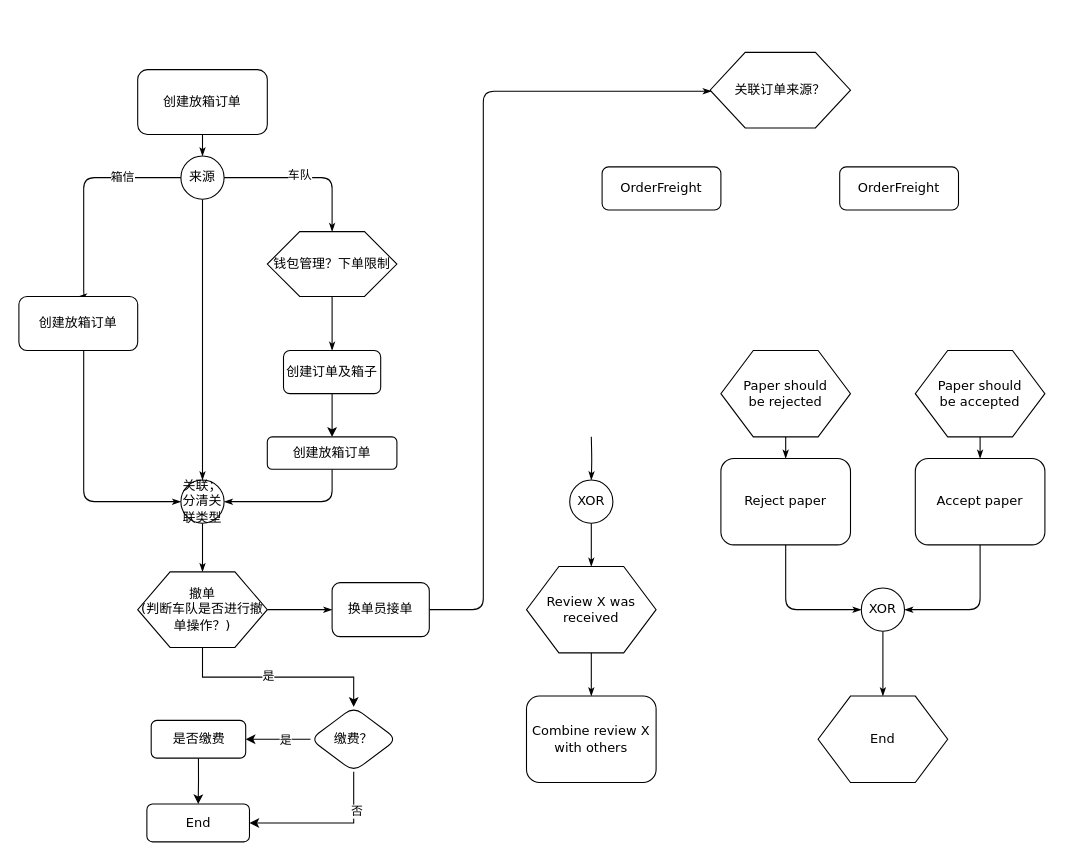
Above: 放箱.drawio in gongyao1992/draw (draw.io), before the change. Source tidied: cells renumbered, new cells numbered last; positions are measured from the earlier drawing's top-left corner, leaving out a move shared by most shapes. Both pictures are drawn from the tidied source at 108%, with x=0, y=0 at pixel (18, 52).
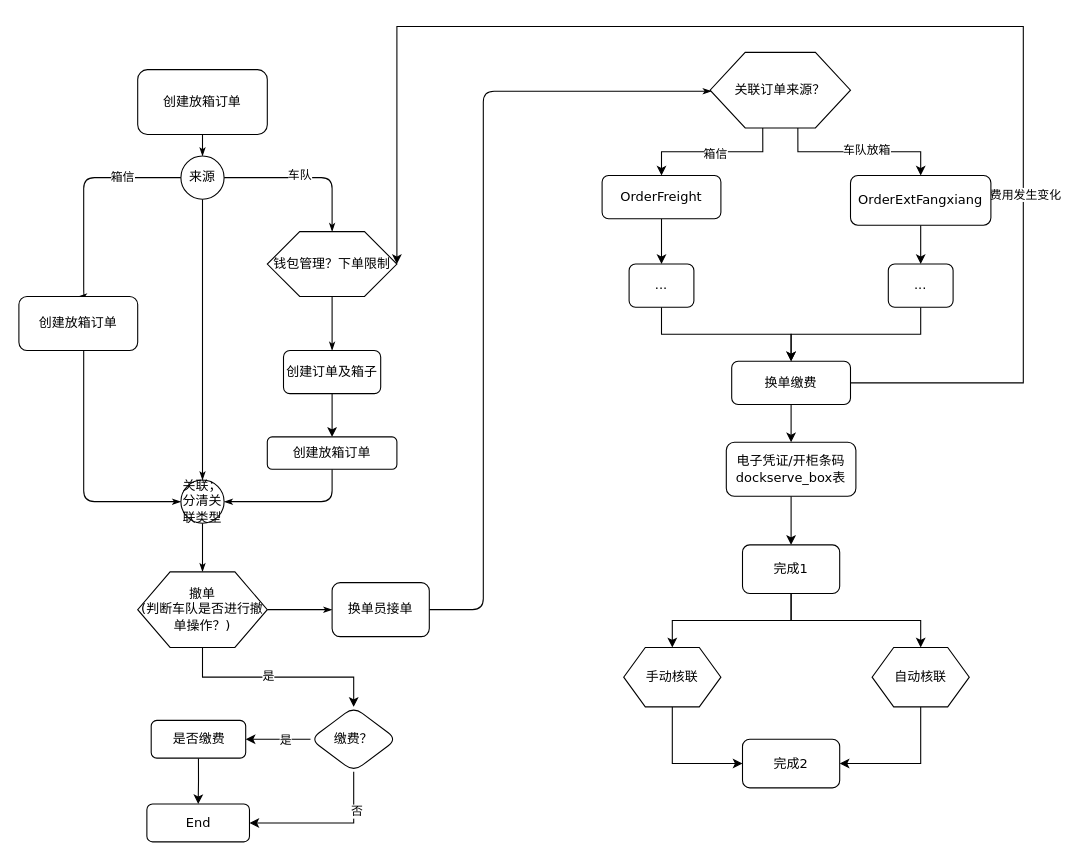
The same diagram, later.

Unchanged cells that the change refers to:
```xml
<mxCell id="11" value="钱包管理？下单限制" style="shape=hexagon;perimeter=hexagonPerimeter;whiteSpace=wrap;html=1;rounded=0;shadow=0;labelBackgroundColor=none;strokeWidth=1;fontFamily=Verdana;fontSize=12;align=center;" parent="1" vertex="1">
  <mxGeometry x="230" y="166" width="120" height="60" as="geometry" />
</mxCell>
<mxCell id="24" value="关联订单来源？" style="shape=hexagon;perimeter=hexagonPerimeter;whiteSpace=wrap;html=1;rounded=0;shadow=0;labelBackgroundColor=none;strokeWidth=1;fontFamily=Verdana;fontSize=12;align=center;" parent="1" vertex="1">
  <mxGeometry x="640" width="130" height="70" as="geometry" />
</mxCell>
```

What changed in the source:
```diff
@@
+    <mxCell id="54" style="edgeStyle=orthogonalEdgeStyle;rounded=0;jettySize=auto;html=1;exitX=0.375;exitY=1;exitDx=0;exitDy=0;entryX=0.5;entryY=0;entryDx=0;entryDy=0;" parent="1" edge="1" source="24" target="52">
+      <mxGeometry relative="1" as="geometry" />
+    </mxCell>
+    <mxCell id="55" value="箱信" style="edgeLabel;html=1;align=center;verticalAlign=middle;" parent="54" vertex="1">
+      <mxGeometry x="-0.04" y="1" relative="1" as="geometry" />
+    </mxCell>
+    <mxCell id="56" style="edgeStyle=orthogonalEdgeStyle;rounded=0;jettySize=auto;html=1;exitX=0.625;exitY=1;exitDx=0;exitDy=0;" parent="1" edge="1" source="24" target="53">
+      <mxGeometry relative="1" as="geometry" />
+    </mxCell>
+    <mxCell id="57" value="车队放箱" style="edgeLabel;html=1;align=center;verticalAlign=middle;" parent="56" vertex="1">
+      <mxGeometry x="0.08" y="2" relative="1" as="geometry" />
+    </mxCell>
@@
-    <mxCell id="25" style="edgeStyle=orthogonalEdgeStyle;rounded=1;html=1;labelBackgroundColor=none;startArrow=none;startFill=0;startSize=5;endArrow=classicThin;endFill=1;endSize=5;jettySize=auto;strokeWidth=1;fontFamily=Verdana;fontSize=8;" parent="1" edge="1" target="31">
-      <mxGeometry relative="1" as="geometry">
-        <mxPoint x="530" y="356" as="sourcePoint" />
-      </mxGeometry>
-    </mxCell>
-    <mxCell id="26" style="edgeStyle=orthogonalEdgeStyle;rounded=1;html=1;labelBackgroundColor=none;startArrow=none;startFill=0;startSize=5;endArrow=classicThin;endFill=1;endSize=5;jettySize=auto;strokeWidth=1;fontFamily=Verdana;fontSize=8;" parent="1" edge="1" source="27" target="33">
-      <mxGeometry relative="1" as="geometry" />
-    </mxCell>
-    <mxCell id="27" value="Paper should&lt;div&gt;be rejected&lt;/div&gt;" style="shape=hexagon;perimeter=hexagonPerimeter;whiteSpace=wrap;html=1;rounded=0;shadow=0;labelBackgroundColor=none;strokeWidth=1;fontFamily=Verdana;fontSize=12;align=center;" parent="1" vertex="1">
-      <mxGeometry x="650" y="276" width="120" height="80" as="geometry" />
-    </mxCell>
-    <mxCell id="28" style="edgeStyle=orthogonalEdgeStyle;rounded=1;html=1;labelBackgroundColor=none;startArrow=none;startFill=0;startSize=5;endArrow=classicThin;endFill=1;endSize=5;jettySize=auto;strokeWidth=1;fontFamily=Verdana;fontSize=8;" parent="1" edge="1" source="29" target="35">
-      <mxGeometry relative="1" as="geometry" />
-    </mxCell>
-    <mxCell id="29" value="Paper should&lt;div&gt;be accepted&lt;/div&gt;" style="shape=hexagon;perimeter=hexagonPerimeter;whiteSpace=wrap;html=1;rounded=0;shadow=0;labelBackgroundColor=none;strokeWidth=1;fontFamily=Verdana;fontSize=12;align=center;" parent="1" vertex="1">
-      <mxGeometry x="830" y="276" width="120" height="80" as="geometry" />
-    </mxCell>
-    <mxCell id="30" style="edgeStyle=orthogonalEdgeStyle;rounded=1;html=1;labelBackgroundColor=none;startArrow=none;startFill=0;startSize=5;endArrow=classicThin;endFill=1;endSize=5;jettySize=auto;strokeWidth=1;fontFamily=Verdana;fontSize=8;" parent="1" edge="1" source="31" target="37">
-      <mxGeometry relative="1" as="geometry" />
-    </mxCell>
-    <mxCell id="31" value="XOR" style="ellipse;whiteSpace=wrap;html=1;rounded=1;shadow=0;labelBackgroundColor=none;strokeWidth=1;fontFamily=Verdana;fontSize=12;align=center;" parent="1" vertex="1">
-      <mxGeometry x="510" y="396" width="40" height="40" as="geometry" />
-    </mxCell>
-    <mxCell id="32" style="edgeStyle=orthogonalEdgeStyle;rounded=1;html=1;labelBackgroundColor=none;startArrow=none;startFill=0;startSize=5;endArrow=classicThin;endFill=1;endSize=5;jettySize=auto;strokeWidth=1;fontFamily=Verdana;fontSize=8;" parent="1" edge="1" source="33" target="39">
-      <mxGeometry relative="1" as="geometry">
-        <Array as="points">
-          <mxPoint x="710" y="516" />
-        </Array>
-      </mxGeometry>
-    </mxCell>
+    <mxCell id="58" style="edgeStyle=orthogonalEdgeStyle;rounded=0;jettySize=auto;html=1;exitX=0.5;exitY=1;exitDx=0;exitDy=0;entryX=0.5;entryY=0;entryDx=0;entryDy=0;" parent="1" edge="1" source="33" target="41">
+      <mxGeometry relative="1" as="geometry" />
+    </mxCell>
-    <mxCell id="33" value="Reject paper" style="rounded=1;whiteSpace=wrap;html=1;shadow=0;labelBackgroundColor=none;strokeWidth=1;fontFamily=Verdana;fontSize=12;align=center;" parent="1" vertex="1">
-      <mxGeometry x="650" y="376" width="120" height="80" as="geometry" />
+    <mxCell id="33" value="电子凭证/开柜条码&lt;br&gt;dockserve_box表" style="rounded=1;whiteSpace=wrap;html=1;shadow=0;labelBackgroundColor=none;strokeWidth=1;fontFamily=Verdana;fontSize=12;align=center;" parent="1" vertex="1">
+      <mxGeometry x="655" y="361" width="120" height="50" as="geometry" />
     </mxCell>
-    <mxCell id="34" style="edgeStyle=orthogonalEdgeStyle;rounded=1;html=1;labelBackgroundColor=none;startArrow=none;startFill=0;startSize=5;endArrow=classicThin;endFill=1;endSize=5;jettySize=auto;strokeWidth=1;fontFamily=Verdana;fontSize=8;" parent="1" edge="1" source="35" target="39">
-      <mxGeometry relative="1" as="geometry">
-        <Array as="points">
-          <mxPoint x="890" y="516" />
-        </Array>
-      </mxGeometry>
-    </mxCell>
+    <mxCell id="59" style="edgeStyle=orthogonalEdgeStyle;rounded=0;jettySize=auto;html=1;exitX=1;exitY=0.5;exitDx=0;exitDy=0;entryX=1;entryY=0.5;entryDx=0;entryDy=0;" parent="1" edge="1" source="35" target="11">
+      <mxGeometry relative="1" as="geometry">
+        <Array as="points">
+          <mxPoint x="930" y="306" />
+          <mxPoint x="930" y="-24" />
+          <mxPoint x="350" y="-24" />
+        </Array>
+      </mxGeometry>
+    </mxCell>
+    <mxCell id="60" value="费用发生变化" style="edgeLabel;html=1;align=center;verticalAlign=middle;" parent="59" vertex="1">
+      <mxGeometry x="-0.48" y="-1" relative="1" as="geometry" />
+    </mxCell>
+    <mxCell id="61" style="edgeStyle=orthogonalEdgeStyle;rounded=0;jettySize=auto;html=1;exitX=0.5;exitY=1;exitDx=0;exitDy=0;entryX=0.5;entryY=0;entryDx=0;entryDy=0;" parent="1" edge="1" source="35" target="33">
+      <mxGeometry relative="1" as="geometry" />
+    </mxCell>
-    <mxCell id="35" value="Accept paper" style="rounded=1;whiteSpace=wrap;html=1;shadow=0;labelBackgroundColor=none;strokeWidth=1;fontFamily=Verdana;fontSize=12;align=center;" parent="1" vertex="1">
-      <mxGeometry x="830" y="376" width="120" height="80" as="geometry" />
+    <mxCell id="35" value="换单缴费" style="rounded=1;whiteSpace=wrap;html=1;shadow=0;labelBackgroundColor=none;strokeWidth=1;fontFamily=Verdana;fontSize=12;align=center;" parent="1" vertex="1">
+      <mxGeometry x="660" y="286" width="110" height="40" as="geometry" />
     </mxCell>
-    <mxCell id="36" style="edgeStyle=orthogonalEdgeStyle;rounded=1;html=1;labelBackgroundColor=none;startArrow=none;startFill=0;startSize=5;endArrow=classicThin;endFill=1;endSize=5;jettySize=auto;strokeWidth=1;fontFamily=Verdana;fontSize=8;" parent="1" edge="1" source="37" target="41">
-      <mxGeometry relative="1" as="geometry" />
-    </mxCell>
-    <mxCell id="37" value="Review X was received" style="shape=hexagon;perimeter=hexagonPerimeter;whiteSpace=wrap;html=1;rounded=0;shadow=0;labelBackgroundColor=none;strokeWidth=1;fontFamily=Verdana;fontSize=12;align=center;" parent="1" vertex="1">
-      <mxGeometry x="470" y="476" width="120" height="80" as="geometry" />
-    </mxCell>
-    <mxCell id="38" style="edgeStyle=orthogonalEdgeStyle;rounded=1;html=1;labelBackgroundColor=none;startArrow=none;startFill=0;startSize=5;endArrow=classicThin;endFill=1;endSize=5;jettySize=auto;strokeWidth=1;fontFamily=Verdana;fontSize=8;" parent="1" edge="1" source="39" target="40">
-      <mxGeometry relative="1" as="geometry" />
-    </mxCell>
-    <mxCell id="39" value="XOR" style="ellipse;whiteSpace=wrap;html=1;rounded=1;shadow=0;labelBackgroundColor=none;strokeWidth=1;fontFamily=Verdana;fontSize=12;align=center;" parent="1" vertex="1">
-      <mxGeometry x="780" y="496" width="40" height="40" as="geometry" />
-    </mxCell>
-    <mxCell id="40" value="End" style="shape=hexagon;perimeter=hexagonPerimeter;whiteSpace=wrap;html=1;rounded=0;shadow=0;labelBackgroundColor=none;strokeWidth=1;fontFamily=Verdana;fontSize=12;align=center;" parent="1" vertex="1">
-      <mxGeometry x="740" y="596" width="120" height="80" as="geometry" />
-    </mxCell>
+    <mxCell id="62" style="edgeStyle=orthogonalEdgeStyle;rounded=0;jettySize=auto;html=1;exitX=0.5;exitY=1;exitDx=0;exitDy=0;entryX=0.5;entryY=0;entryDx=0;entryDy=0;" parent="1" edge="1" source="41" target="73">
+      <mxGeometry relative="1" as="geometry" />
+    </mxCell>
+    <mxCell id="63" style="edgeStyle=orthogonalEdgeStyle;rounded=0;jettySize=auto;html=1;exitX=0.5;exitY=1;exitDx=0;exitDy=0;entryX=0.5;entryY=0;entryDx=0;entryDy=0;" parent="1" edge="1" source="41" target="71">
+      <mxGeometry relative="1" as="geometry" />
+    </mxCell>
-    <mxCell id="41" value="Combine review X with others" style="rounded=1;whiteSpace=wrap;html=1;shadow=0;labelBackgroundColor=none;strokeWidth=1;fontFamily=Verdana;fontSize=12;align=center;" parent="1" vertex="1">
-      <mxGeometry x="470" y="596" width="120" height="80" as="geometry" />
+    <mxCell id="41" value="完成1" style="rounded=1;whiteSpace=wrap;html=1;shadow=0;labelBackgroundColor=none;strokeWidth=1;fontFamily=Verdana;fontSize=12;align=center;" parent="1" vertex="1">
+      <mxGeometry x="670" y="456" width="90" height="45" as="geometry" />
     </mxCell>
@@
+    <mxCell id="64" style="edgeStyle=orthogonalEdgeStyle;rounded=0;jettySize=auto;html=1;exitX=0.5;exitY=1;exitDx=0;exitDy=0;entryX=0.5;entryY=0;entryDx=0;entryDy=0;" parent="1" edge="1" source="52" target="67">
+      <mxGeometry relative="1" as="geometry" />
+    </mxCell>
     <mxCell id="52" value="OrderFreight" style="rounded=1;whiteSpace=wrap;html=1;shadow=0;labelBackgroundColor=none;strokeWidth=1;fontFamily=Verdana;fontSize=12;align=center;" parent="1" vertex="1">
-      <mxGeometry x="540" y="106" width="110" height="40" as="geometry" />
+      <mxGeometry x="540" y="114" width="110" height="40" as="geometry" />
     </mxCell>
+    <mxCell id="65" style="edgeStyle=orthogonalEdgeStyle;rounded=0;jettySize=auto;html=1;exitX=0.5;exitY=1;exitDx=0;exitDy=0;" parent="1" edge="1" source="53" target="69">
+      <mxGeometry relative="1" as="geometry" />
+    </mxCell>
-    <mxCell id="53" value="OrderFreight" style="rounded=1;whiteSpace=wrap;html=1;shadow=0;labelBackgroundColor=none;strokeWidth=1;fontFamily=Verdana;fontSize=12;align=center;" parent="1" vertex="1">
-      <mxGeometry x="760" y="106" width="110" height="40" as="geometry" />
+    <mxCell id="53" value="OrderExtFangxiang" style="rounded=1;whiteSpace=wrap;html=1;shadow=0;labelBackgroundColor=none;strokeWidth=1;fontFamily=Verdana;fontSize=12;align=center;" parent="1" vertex="1">
+      <mxGeometry x="770" y="114" width="130" height="46" as="geometry" />
     </mxCell>
+    <mxCell id="66" style="edgeStyle=orthogonalEdgeStyle;rounded=0;jettySize=auto;html=1;exitX=0.5;exitY=1;exitDx=0;exitDy=0;" parent="1" edge="1" source="67" target="35">
+      <mxGeometry relative="1" as="geometry" />
+    </mxCell>
+    <mxCell id="67" value="..." style="rounded=1;whiteSpace=wrap;html=1;shadow=0;labelBackgroundColor=none;strokeWidth=1;fontFamily=Verdana;fontSize=12;align=center;" parent="1" vertex="1">
+      <mxGeometry x="565" y="196" width="60" height="40" as="geometry" />
+    </mxCell>
+    <mxCell id="68" style="edgeStyle=orthogonalEdgeStyle;rounded=0;jettySize=auto;html=1;exitX=0.5;exitY=1;exitDx=0;exitDy=0;entryX=0.5;entryY=0;entryDx=0;entryDy=0;" parent="1" edge="1" source="69" target="35">
+      <mxGeometry relative="1" as="geometry" />
+    </mxCell>
+    <mxCell id="69" value="..." style="rounded=1;whiteSpace=wrap;html=1;shadow=0;labelBackgroundColor=none;strokeWidth=1;fontFamily=Verdana;fontSize=12;align=center;" parent="1" vertex="1">
+      <mxGeometry x="805" y="196" width="60" height="40" as="geometry" />
+    </mxCell>
+    <mxCell id="70" style="edgeStyle=orthogonalEdgeStyle;rounded=0;jettySize=auto;html=1;exitX=0.5;exitY=1;exitDx=0;exitDy=0;entryX=0;entryY=0.5;entryDx=0;entryDy=0;" parent="1" edge="1" source="71" target="74">
+      <mxGeometry relative="1" as="geometry" />
+    </mxCell>
+    <mxCell id="71" value="手动核联" style="shape=hexagon;perimeter=hexagonPerimeter2;whiteSpace=wrap;html=1;fixedSize=1;" parent="1" vertex="1">
+      <mxGeometry x="560" y="551" width="90" height="55" as="geometry" />
+    </mxCell>
+    <mxCell id="72" style="edgeStyle=orthogonalEdgeStyle;rounded=0;jettySize=auto;html=1;exitX=0.5;exitY=1;exitDx=0;exitDy=0;entryX=1;entryY=0.5;entryDx=0;entryDy=0;" parent="1" edge="1" source="73" target="74">
+      <mxGeometry relative="1" as="geometry" />
+    </mxCell>
+    <mxCell id="73" value="自动核联" style="shape=hexagon;perimeter=hexagonPerimeter2;whiteSpace=wrap;html=1;fixedSize=1;" parent="1" vertex="1">
+      <mxGeometry x="790" y="551" width="90" height="55" as="geometry" />
+    </mxCell>
+    <mxCell id="74" value="完成2" style="rounded=1;whiteSpace=wrap;html=1;shadow=0;labelBackgroundColor=none;strokeWidth=1;fontFamily=Verdana;fontSize=12;align=center;" parent="1" vertex="1">
+      <mxGeometry x="670" y="636" width="90" height="45" as="geometry" />
+    </mxCell>
```
